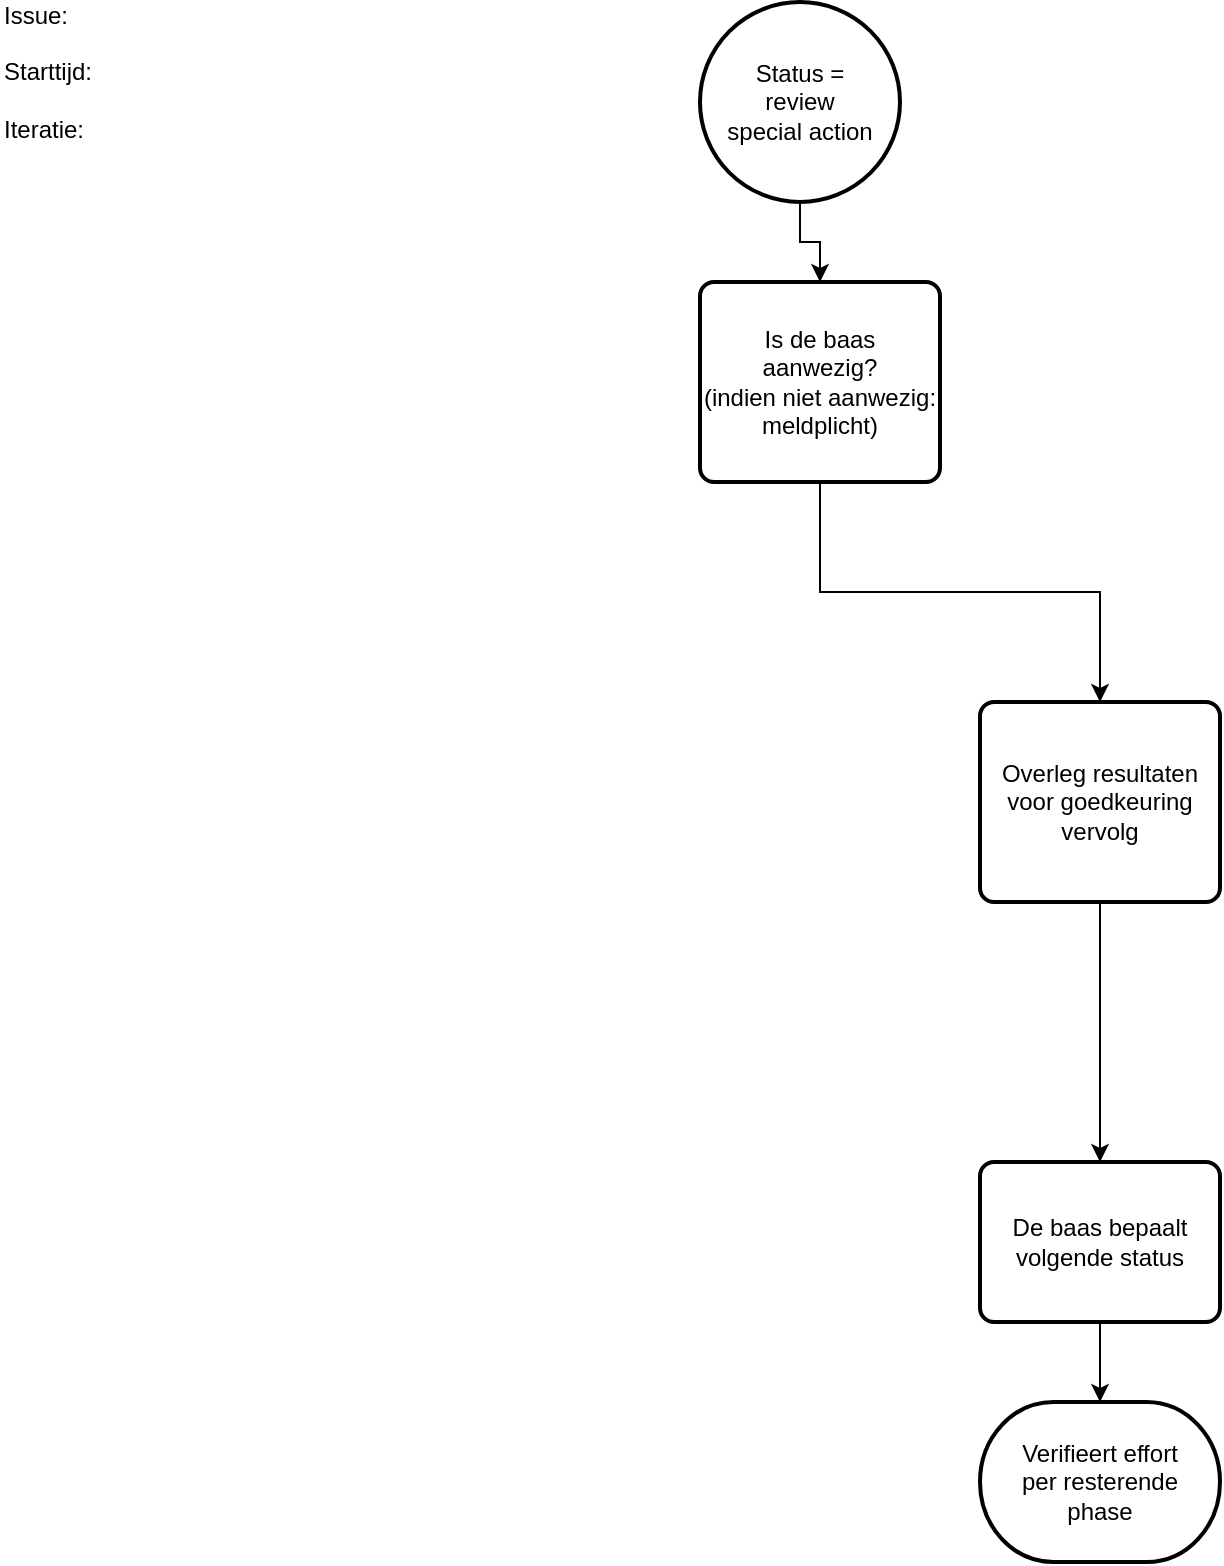
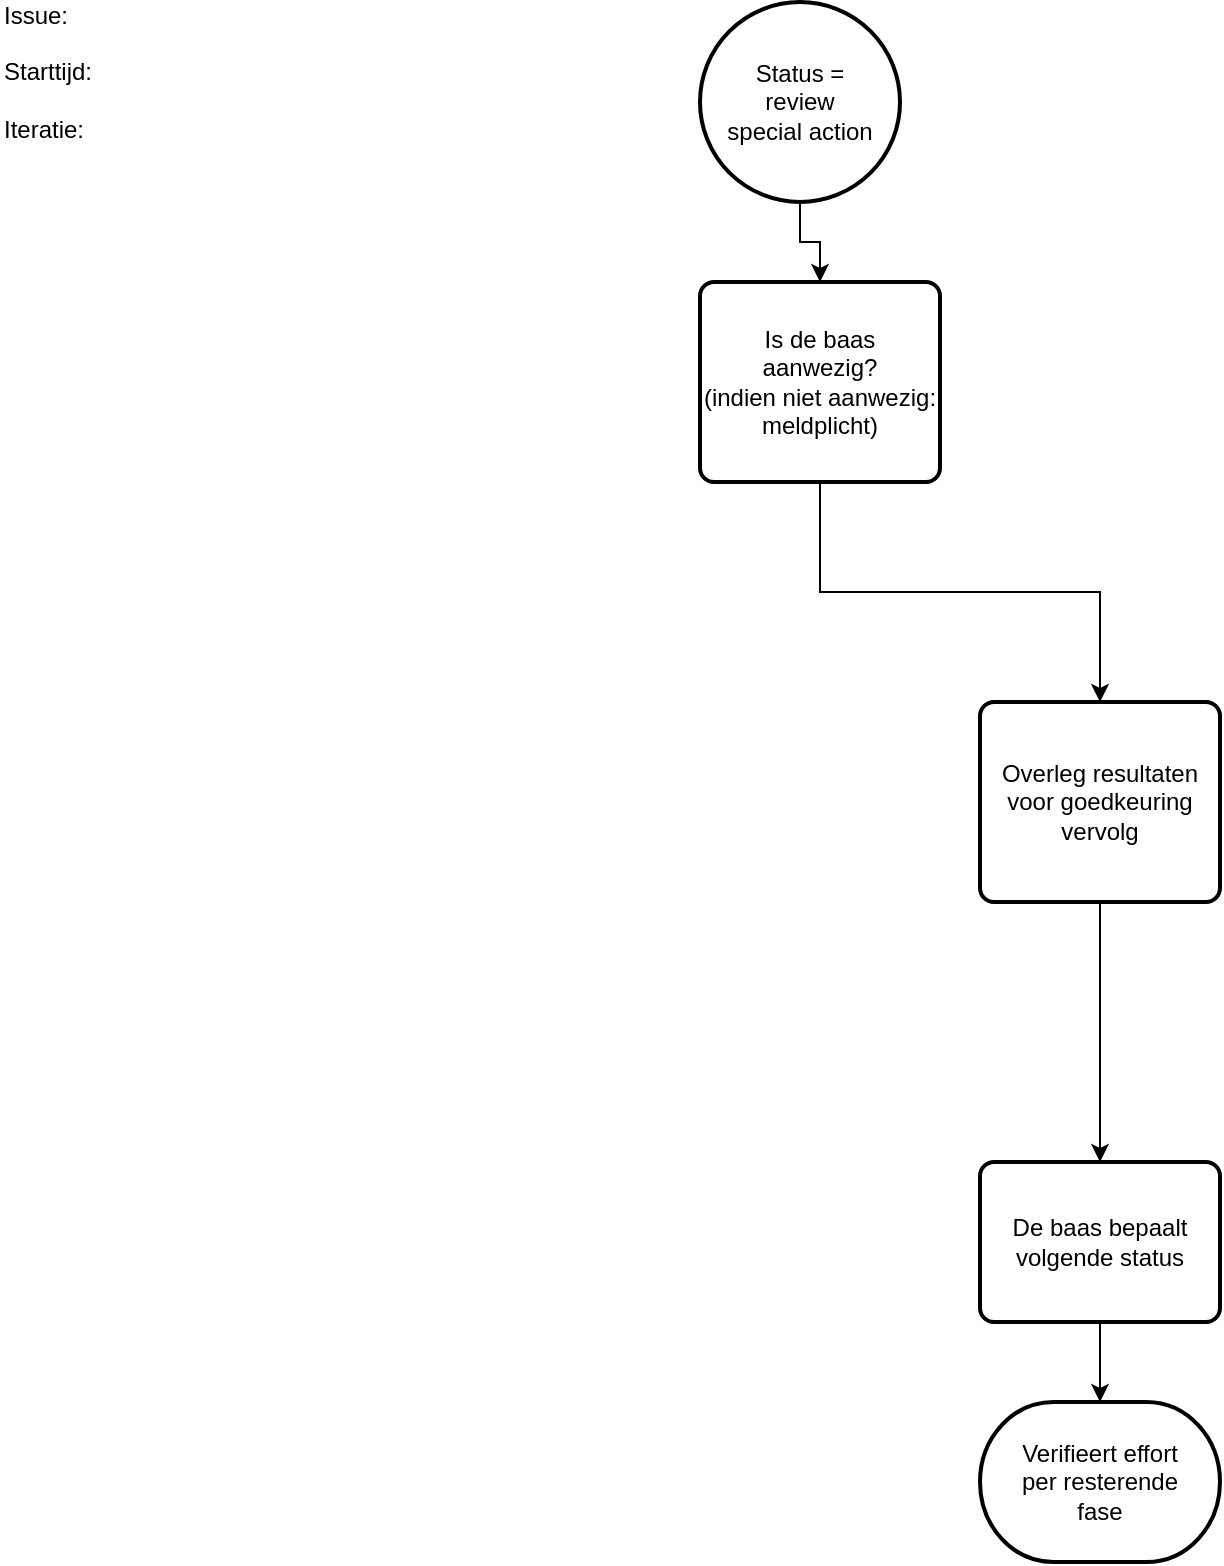
<mxfile host="Electron" agent="Mozilla/5.0 (Windows NT 10.0; Win64; x64) AppleWebKit/537.36 (KHTML, like Gecko) Chrome/144.0.0.0 Safari/537.36">
  <diagram id="BnLUZblOsesBlHXev8Wl" name="Page-1">
    <mxGraphModel dx="842" dy="576" grid="1" gridSize="10" guides="1" tooltips="1" connect="1" arrows="1" fold="1" page="1" pageScale="1" pageWidth="827" pageHeight="1169" math="0" shadow="0">
      <root>
        <mxCell id="0" />
        <mxCell id="1" parent="0" />
        <mxCell id="pxuzoADpxMfooJR_diKQ-1" edge="1" parent="1" source="pxuzoADpxMfooJR_diKQ-2" style="edgeStyle=orthogonalEdgeStyle;rounded=0;orthogonalLoop=1;jettySize=auto;html=1;entryX=0.5;entryY=0;entryDx=0;entryDy=0;" target="pxuzoADpxMfooJR_diKQ-4" value="">
          <mxGeometry relative="1" as="geometry" />
        </mxCell>
        <object label="Status =&lt;br&gt;review&lt;br&gt;special action" Action="1201" id="pxuzoADpxMfooJR_diKQ-2">
          <mxCell parent="1" style="strokeWidth=2;html=1;shape=mxgraph.flowchart.start_2;whiteSpace=wrap;" vertex="1">
            <mxGeometry height="100" width="100" x="370" y="20" as="geometry" />
          </mxCell>
        </object>
        <mxCell id="pxuzoADpxMfooJR_diKQ-3" edge="1" parent="1" source="pxuzoADpxMfooJR_diKQ-4" style="edgeStyle=orthogonalEdgeStyle;rounded=0;orthogonalLoop=1;jettySize=auto;html=1;exitX=0.5;exitY=1;exitDx=0;exitDy=0;entryX=0.5;entryY=0;entryDx=0;entryDy=0;" target="pxuzoADpxMfooJR_diKQ-9">
          <mxGeometry relative="1" as="geometry" />
        </mxCell>
        <object label="Is de baas&lt;br&gt;aanwezig?&lt;br&gt;(indien niet aanwezig:&lt;br&gt;meldplicht)" Action="1202" id="pxuzoADpxMfooJR_diKQ-4">
          <mxCell parent="1" style="rounded=1;whiteSpace=wrap;html=1;absoluteArcSize=1;arcSize=14;strokeWidth=2;" vertex="1">
            <mxGeometry height="100" width="120" x="370" y="160" as="geometry" />
          </mxCell>
        </object>
        <mxCell id="pxuzoADpxMfooJR_diKQ-8" edge="1" parent="1" source="pxuzoADpxMfooJR_diKQ-9" style="edgeStyle=orthogonalEdgeStyle;rounded=0;orthogonalLoop=1;jettySize=auto;html=1;exitX=0.5;exitY=1;exitDx=0;exitDy=0;entryX=0.5;entryY=0;entryDx=0;entryDy=0;" target="pxuzoADpxMfooJR_diKQ-17" value="">
          <mxGeometry relative="1" as="geometry" />
        </mxCell>
        <object label="Overleg resultaten&lt;br&gt;voor goedkeuring&lt;br&gt;vervolg" Action="1204" id="pxuzoADpxMfooJR_diKQ-9">
          <mxCell parent="1" style="rounded=1;whiteSpace=wrap;html=1;absoluteArcSize=1;arcSize=14;strokeWidth=2;" vertex="1">
            <mxGeometry height="100" width="120" x="510" y="370" as="geometry" />
          </mxCell>
        </object>
        <object label="De baas bepaalt&lt;br&gt;volgende status" Action="1206" id="pxuzoADpxMfooJR_diKQ-17">
          <mxCell parent="1" style="rounded=1;whiteSpace=wrap;html=1;absoluteArcSize=1;arcSize=14;strokeWidth=2;" vertex="1">
            <mxGeometry height="80" width="120" x="510" y="600" as="geometry" />
          </mxCell>
        </object>
        <mxCell id="pxuzoADpxMfooJR_diKQ-20" parent="1" style="text;html=1;align=left;verticalAlign=middle;whiteSpace=wrap;rounded=0;" value="Issue:&amp;nbsp; &amp;nbsp;&lt;br&gt;&lt;br&gt;Starttijd:&lt;br&gt;&lt;br&gt;Iteratie:&amp;nbsp;" vertex="1">
          <mxGeometry height="30" width="60" x="20" y="40" as="geometry" />
        </mxCell>
-         <object label="Verifieert effort&lt;br&gt;per resterende&lt;br&gt;phase" Action="1207" id="pxuzoADpxMfooJR_diKQ-27">
+         <object label="Verifieert effort&lt;br&gt;per resterende&lt;br&gt;fase" Action="1207" id="pxuzoADpxMfooJR_diKQ-27">
          <mxCell parent="1" style="strokeWidth=2;html=1;shape=mxgraph.flowchart.terminator;whiteSpace=wrap;" vertex="1">
            <mxGeometry height="80" width="120" x="510" y="720" as="geometry" />
          </mxCell>
        </object>
        <mxCell id="pxuzoADpxMfooJR_diKQ-28" edge="1" parent="1" source="pxuzoADpxMfooJR_diKQ-17" style="edgeStyle=orthogonalEdgeStyle;rounded=0;orthogonalLoop=1;jettySize=auto;html=1;exitX=0.5;exitY=1;exitDx=0;exitDy=0;entryX=0.5;entryY=0;entryDx=0;entryDy=0;" target="pxuzoADpxMfooJR_diKQ-27">
          <mxGeometry relative="1" as="geometry" />
        </mxCell>
      </root>
    </mxGraphModel>
  </diagram>
</mxfile>
